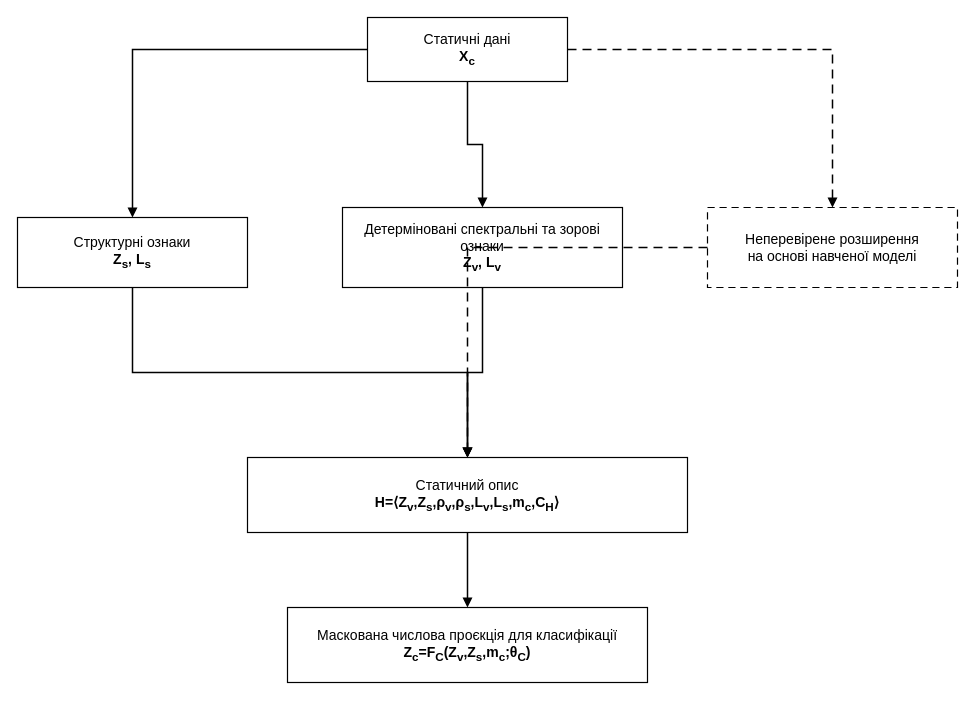
Before: title/figures_drawio/fig_3_2_spectral_visual_structural_method.drawio in oleksandrmelnychenko/dima-phd, a draw.io diagram. Source tidied: cells renumbered, new cells numbered last; positions are measured from the earlier drawing's top-left corner, leaving out a move shared by most shapes. Both pictures are drawn from the tidied source at 100%, with x=0, y=0 at pixel (17, 17).
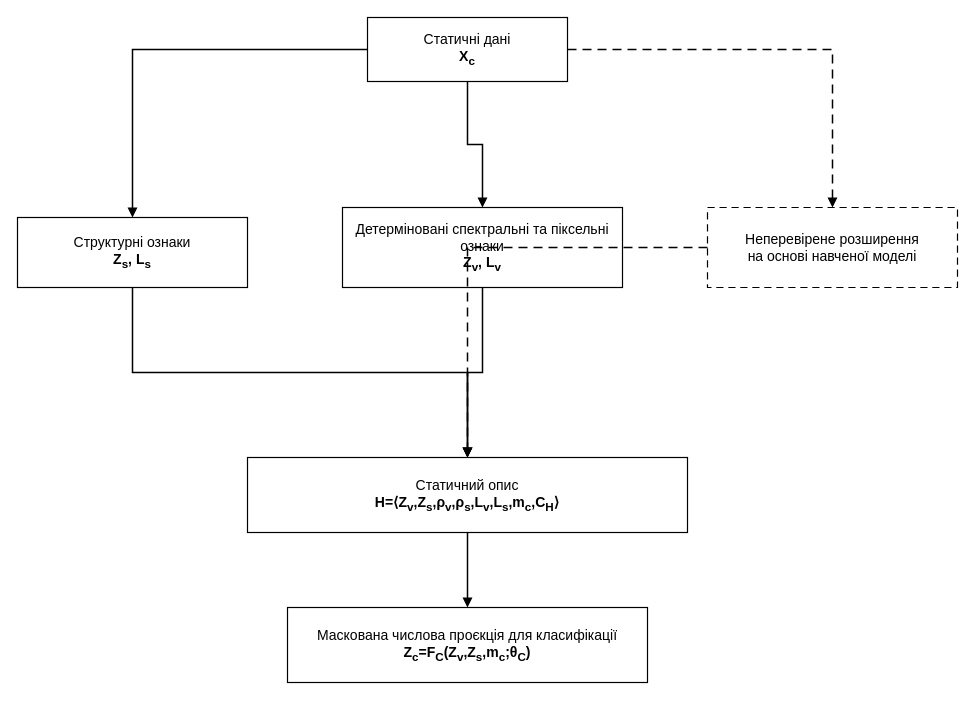
Above is the later version.

The edit, as a diff of the source:
```diff
@@
 <mxGraphModel>
   <root>
     <mxCell id="0" />
     <mxCell id="1" parent="0" />
     <mxCell id="2" value="Статичні дані&lt;br&gt;&lt;b&gt;X&lt;sub&gt;c&lt;/sub&gt;&lt;/b&gt;" style="rounded=0;whiteSpace=wrap;html=1;fillColor=#ffffff;strokeColor=#000000;strokeWidth=1.2;fontColor=#000000;fontSize=14;align=center;verticalAlign=middle;spacing=8;" parent="1" vertex="1">
       <mxGeometry x="350" width="200" height="64" as="geometry" />
     </mxCell>
     <mxCell id="3" value="Структурні ознаки&lt;br&gt;&lt;b&gt;Z&lt;sub&gt;s&lt;/sub&gt;, L&lt;sub&gt;s&lt;/sub&gt;&lt;/b&gt;" style="rounded=0;whiteSpace=wrap;html=1;fillColor=#ffffff;strokeColor=#000000;strokeWidth=1.2;fontColor=#000000;fontSize=14;align=center;verticalAlign=middle;spacing=8;" parent="1" vertex="1">
       <mxGeometry y="200" width="230" height="70" as="geometry" />
     </mxCell>
-    <mxCell id="4" value="Детерміновані спектральні та зорові ознаки&lt;br&gt;&lt;b&gt;Z&lt;sub&gt;v&lt;/sub&gt;, L&lt;sub&gt;v&lt;/sub&gt;&lt;/b&gt;" style="rounded=0;whiteSpace=wrap;html=1;fillColor=#ffffff;strokeColor=#000000;strokeWidth=1.2;fontColor=#000000;fontSize=14;align=center;verticalAlign=middle;spacing=8;" parent="1" vertex="1">
+    <mxCell id="4" value="Детерміновані спектральні та піксельні ознаки&lt;br&gt;&lt;b&gt;Z&lt;sub&gt;v&lt;/sub&gt;, L&lt;sub&gt;v&lt;/sub&gt;&lt;/b&gt;" style="rounded=0;whiteSpace=wrap;html=1;fillColor=#ffffff;strokeColor=#000000;strokeWidth=1.2;fontColor=#000000;fontSize=14;align=center;verticalAlign=middle;spacing=8;" parent="1" vertex="1">
       <mxGeometry x="325" y="190" width="280" height="80" as="geometry" />
     </mxCell>
     <mxCell id="5" value="Неперевірене розширення&lt;br&gt;на основі навченої моделі" style="rounded=0;whiteSpace=wrap;html=1;fillColor=#ffffff;strokeColor=#000000;strokeWidth=1.2;fontColor=#000000;fontSize=14;align=center;verticalAlign=middle;spacing=8;dashed=1;dashPattern=6 4;" parent="1" vertex="1">
       <mxGeometry x="690" y="190" width="250" height="80" as="geometry" />
     </mxCell>
     <mxCell id="6" value="Статичний опис&lt;br&gt;&lt;b&gt;H=⟨Z&lt;sub&gt;v&lt;/sub&gt;,Z&lt;sub&gt;s&lt;/sub&gt;,ρ&lt;sub&gt;v&lt;/sub&gt;,ρ&lt;sub&gt;s&lt;/sub&gt;,L&lt;sub&gt;v&lt;/sub&gt;,L&lt;sub&gt;s&lt;/sub&gt;,m&lt;sub&gt;c&lt;/sub&gt;,C&lt;sub&gt;H&lt;/sub&gt;⟩&lt;/b&gt;" style="rounded=0;whiteSpace=wrap;html=1;fillColor=#ffffff;strokeColor=#000000;strokeWidth=1.2;fontColor=#000000;fontSize=14;align=center;verticalAlign=middle;spacing=8;" parent="1" vertex="1">
       <mxGeometry x="230" y="440" width="440" height="75" as="geometry" />
     </mxCell>
     <mxCell id="7" value="Маскована числова проєкція для класифікації&lt;br&gt;&lt;b&gt;Z&lt;sub&gt;c&lt;/sub&gt;=F&lt;sub&gt;C&lt;/sub&gt;(Z&lt;sub&gt;v&lt;/sub&gt;,Z&lt;sub&gt;s&lt;/sub&gt;,m&lt;sub&gt;c&lt;/sub&gt;;θ&lt;sub&gt;C&lt;/sub&gt;)&lt;/b&gt;" style="rounded=0;whiteSpace=wrap;html=1;fillColor=#ffffff;strokeColor=#000000;strokeWidth=1.2;fontColor=#000000;fontSize=14;align=center;verticalAlign=middle;spacing=8;" parent="1" vertex="1">
       <mxGeometry x="270" y="590" width="360" height="75" as="geometry" />
     </mxCell>
     <mxCell id="8" style="edgeStyle=orthogonalEdgeStyle;rounded=0;jettySize=auto;html=1;endArrow=block;endFill=1;strokeColor=#000000;strokeWidth=1.5;" parent="1" edge="1" source="2" target="3">
       <mxGeometry relative="1" as="geometry" />
     </mxCell>
     <mxCell id="9" style="edgeStyle=orthogonalEdgeStyle;rounded=0;jettySize=auto;html=1;endArrow=block;endFill=1;strokeColor=#000000;strokeWidth=1.5;" parent="1" edge="1" source="2" target="4">
       <mxGeometry relative="1" as="geometry" />
     </mxCell>
     <mxCell id="10" style="edgeStyle=orthogonalEdgeStyle;rounded=0;jettySize=auto;html=1;endArrow=block;endFill=1;strokeColor=#000000;strokeWidth=1.5;dashed=1;dashPattern=6 4;" parent="1" edge="1" source="2" target="5">
       <mxGeometry relative="1" as="geometry" />
     </mxCell>
     <mxCell id="11" style="edgeStyle=orthogonalEdgeStyle;rounded=0;jettySize=auto;html=1;endArrow=block;endFill=1;strokeColor=#000000;strokeWidth=1.5;" parent="1" edge="1" source="3" target="6">
       <mxGeometry relative="1" as="geometry" />
     </mxCell>
     <mxCell id="12" style="edgeStyle=orthogonalEdgeStyle;rounded=0;jettySize=auto;html=1;endArrow=block;endFill=1;strokeColor=#000000;strokeWidth=1.5;" parent="1" edge="1" source="4" target="6">
       <mxGeometry relative="1" as="geometry" />
     </mxCell>
     <mxCell id="13" style="edgeStyle=orthogonalEdgeStyle;rounded=0;jettySize=auto;html=1;endArrow=block;endFill=1;strokeColor=#000000;strokeWidth=1.5;dashed=1;dashPattern=6 4;" parent="1" edge="1" source="5" target="6">
       <mxGeometry relative="1" as="geometry" />
     </mxCell>
     <mxCell id="14" style="edgeStyle=orthogonalEdgeStyle;rounded=0;jettySize=auto;html=1;endArrow=block;endFill=1;strokeColor=#000000;strokeWidth=1.5;" parent="1" edge="1" source="6" target="7">
       <mxGeometry relative="1" as="geometry" />
     </mxCell>
   </root>
 </mxGraphModel>
```
